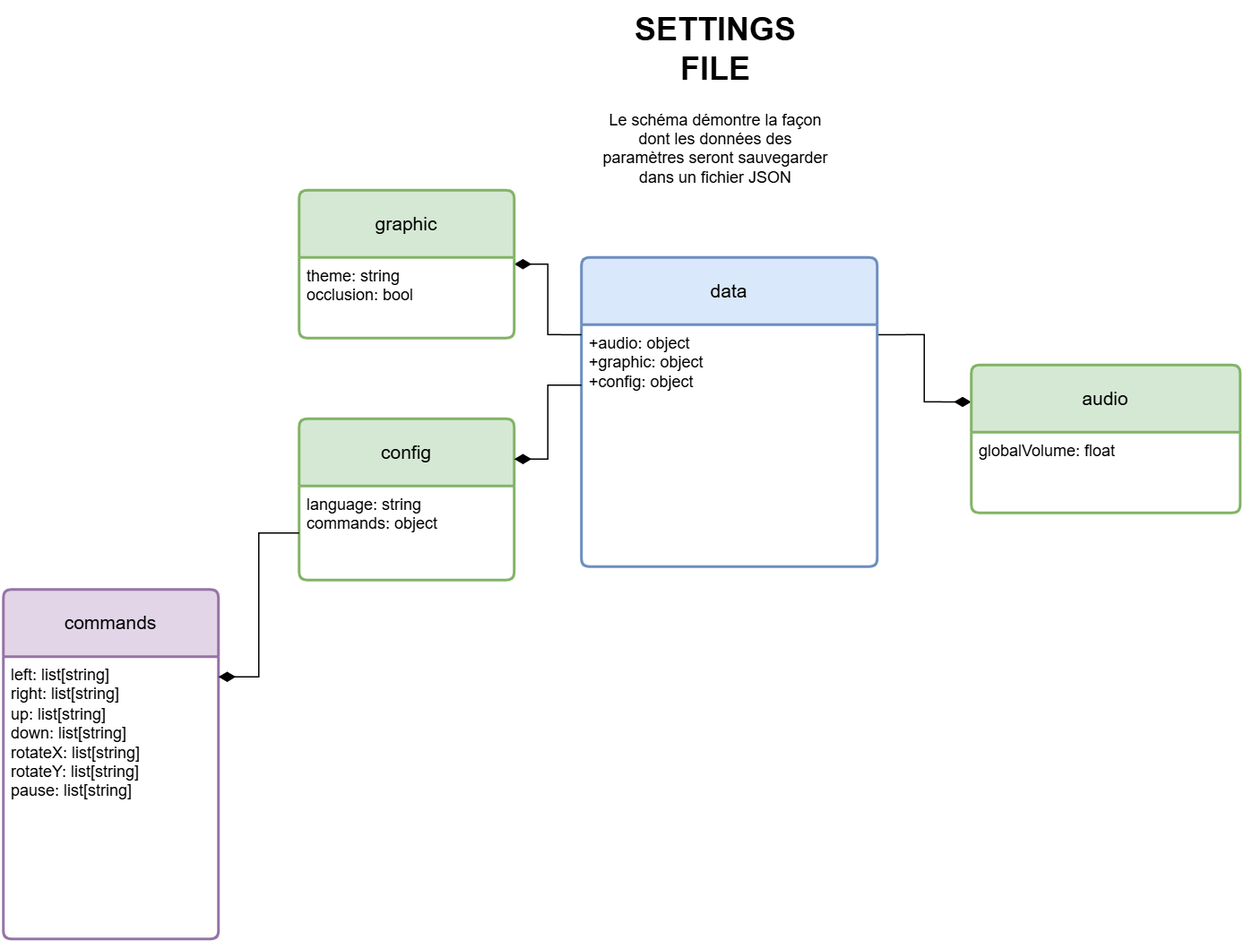
Above: doc/UML/jpeg_format/uml_settings_file.png in Cemecla/Acoustic-Tracing (draw.io), before the change. Source tidied: cells renumbered, new cells last; positions are measured from the earlier drawing's top-left corner, leaving out a move shared by most shapes. The source it was exported from:
```xml
<mxGraphModel>
  <root>
    <mxCell id="0" />
    <mxCell id="1" parent="0" />
    <mxCell id="2" style="edgeStyle=orthogonalEdgeStyle;rounded=0;jettySize=auto;html=1;exitX=1;exitY=0.25;exitDx=0;exitDy=0;entryX=0;entryY=0.25;entryDx=0;entryDy=0;endArrow=diamondThin;startFill=0;endFill=1;startSize=10;endSize=10;" parent="1" edge="1" source="3" target="8">
      <mxGeometry relative="1" as="geometry" />
    </mxCell>
    <mxCell id="3" value="data" style="swimlane;horizontal=1;startSize=50;rounded=1;fontSize=14;fontStyle=0;strokeWidth=2;shadow=0;dashed=0;align=center;arcSize=4;whiteSpace=wrap;html=1;fillColor=#dae8fc;strokeColor=#6c8ebf;" parent="1" vertex="1">
      <mxGeometry x="430" y="190" width="220" height="230" as="geometry" />
    </mxCell>
    <mxCell id="4" value="+audio: object&lt;div&gt;+graphic: object&lt;/div&gt;&lt;div&gt;+config: object&lt;/div&gt;" style="align=left;strokeColor=none;fillColor=none;spacingLeft=4;spacingRight=4;fontSize=12;verticalAlign=top;html=1;whiteSpace=wrap;" parent="3" vertex="1">
      <mxGeometry y="50" width="220" height="180" as="geometry" />
    </mxCell>
    <mxCell id="5" style="edgeStyle=orthogonalEdgeStyle;rounded=0;jettySize=auto;html=1;entryX=0;entryY=0.25;entryDx=0;entryDy=0;endArrow=none;startFill=1;startArrow=diamondThin;startSize=10;" parent="1" edge="1" source="6" target="3">
      <mxGeometry relative="1" as="geometry" />
    </mxCell>
    <mxCell id="6" value="graphic" style="swimlane;horizontal=1;startSize=50;rounded=1;fontSize=14;fontStyle=0;strokeWidth=2;shadow=0;dashed=0;align=center;arcSize=4;whiteSpace=wrap;html=1;fillColor=#d5e8d4;strokeColor=#82b366;" parent="1" vertex="1">
      <mxGeometry x="220" y="140" width="160" height="110" as="geometry" />
    </mxCell>
    <mxCell id="7" value="theme: string&lt;div&gt;occlusion: bool&lt;/div&gt;" style="align=left;strokeColor=none;fillColor=none;spacingLeft=4;spacingRight=4;fontSize=12;verticalAlign=top;html=1;whiteSpace=wrap;" parent="6" vertex="1">
      <mxGeometry y="50" width="160" height="60" as="geometry" />
    </mxCell>
    <mxCell id="8" value="audio" style="swimlane;horizontal=1;startSize=50;rounded=1;fontSize=14;fontStyle=0;strokeWidth=2;shadow=0;dashed=0;align=center;arcSize=4;whiteSpace=wrap;html=1;fillColor=#d5e8d4;strokeColor=#82b366;" parent="1" vertex="1">
      <mxGeometry x="720" y="270" width="200" height="110" as="geometry" />
    </mxCell>
    <mxCell id="9" value="globalVolume: float" style="align=left;strokeColor=none;fillColor=none;spacingLeft=4;spacingRight=4;fontSize=12;verticalAlign=top;html=1;whiteSpace=wrap;" parent="8" vertex="1">
      <mxGeometry y="50" width="200" height="60" as="geometry" />
    </mxCell>
    <mxCell id="10" value="config" style="swimlane;horizontal=1;startSize=50;rounded=1;fontSize=14;fontStyle=0;strokeWidth=2;shadow=0;dashed=0;align=center;arcSize=4;whiteSpace=wrap;html=1;fillColor=#d5e8d4;strokeColor=#82b366;" parent="1" vertex="1">
      <mxGeometry x="220" y="310" width="160" height="120" as="geometry" />
    </mxCell>
    <mxCell id="11" value="language: string&lt;div&gt;commands: object&lt;/div&gt;" style="align=left;strokeColor=none;fillColor=none;spacingLeft=4;spacingRight=4;fontSize=12;verticalAlign=top;html=1;whiteSpace=wrap;" parent="10" vertex="1">
      <mxGeometry y="50" width="160" height="70" as="geometry" />
    </mxCell>
    <mxCell id="12" value="&lt;h1 style=&quot;margin-top: 0px;&quot;&gt;SETTINGS FILE&lt;/h1&gt;&lt;p&gt;Le schéma démontre la façon dont les données des paramètres seront sauvegarder dans un fichier JSON&lt;/p&gt;" style="text;html=1;whiteSpace=wrap;overflow=hidden;rounded=0;align=center;fontStyle=0;" parent="1" vertex="1">
      <mxGeometry x="440" width="180" height="140" as="geometry" />
    </mxCell>
    <mxCell id="13" style="edgeStyle=orthogonalEdgeStyle;rounded=0;jettySize=auto;html=1;exitX=0;exitY=0.25;exitDx=0;exitDy=0;entryX=1;entryY=0.25;entryDx=0;entryDy=0;endArrow=diamondThin;endFill=1;endSize=10;" parent="1" edge="1" source="4" target="10">
      <mxGeometry relative="1" as="geometry" />
    </mxCell>
    <mxCell id="14" value="commands" style="swimlane;horizontal=1;startSize=50;rounded=1;fontSize=14;fontStyle=0;strokeWidth=2;shadow=0;dashed=0;align=center;arcSize=4;whiteSpace=wrap;html=1;fillColor=#e1d5e7;strokeColor=#9673a6;" parent="1" vertex="1">
      <mxGeometry y="437" width="160" height="260" as="geometry" />
    </mxCell>
    <mxCell id="15" value="left: list[string]&lt;div&gt;right:&amp;nbsp;&lt;span style=&quot;background-color: transparent; color: light-dark(rgb(0, 0, 0), rgb(255, 255, 255));&quot;&gt;list[string]&lt;/span&gt;&lt;/div&gt;&lt;div&gt;up:&amp;nbsp;&lt;span style=&quot;background-color: transparent; color: light-dark(rgb(0, 0, 0), rgb(255, 255, 255));&quot;&gt;list[string]&lt;/span&gt;&lt;/div&gt;&lt;div&gt;down:&amp;nbsp;&lt;span style=&quot;background-color: transparent; color: light-dark(rgb(0, 0, 0), rgb(255, 255, 255));&quot;&gt;list[string]&lt;/span&gt;&lt;/div&gt;&lt;div&gt;rotateX:&amp;nbsp;&lt;span style=&quot;background-color: transparent; color: light-dark(rgb(0, 0, 0), rgb(255, 255, 255));&quot;&gt;list[string]&lt;/span&gt;&lt;/div&gt;&lt;div&gt;rotateY:&amp;nbsp;&lt;span style=&quot;background-color: transparent; color: light-dark(rgb(0, 0, 0), rgb(255, 255, 255));&quot;&gt;list[string]&lt;/span&gt;&lt;/div&gt;&lt;div&gt;pause:&amp;nbsp;&lt;span style=&quot;background-color: transparent; color: light-dark(rgb(0, 0, 0), rgb(255, 255, 255));&quot;&gt;list[string]&lt;/span&gt;&lt;/div&gt;" style="align=left;strokeColor=none;fillColor=none;spacingLeft=4;spacingRight=4;fontSize=12;verticalAlign=top;html=1;whiteSpace=wrap;" parent="14" vertex="1">
      <mxGeometry y="50" width="160" height="210" as="geometry" />
    </mxCell>
    <mxCell id="16" style="edgeStyle=orthogonalEdgeStyle;rounded=0;jettySize=auto;html=1;exitX=0;exitY=0.5;exitDx=0;exitDy=0;entryX=1;entryY=0.25;entryDx=0;entryDy=0;endArrow=diamondThin;endFill=1;endSize=10;" parent="1" edge="1" source="11" target="14">
      <mxGeometry relative="1" as="geometry" />
    </mxCell>
  </root>
</mxGraphModel>
```
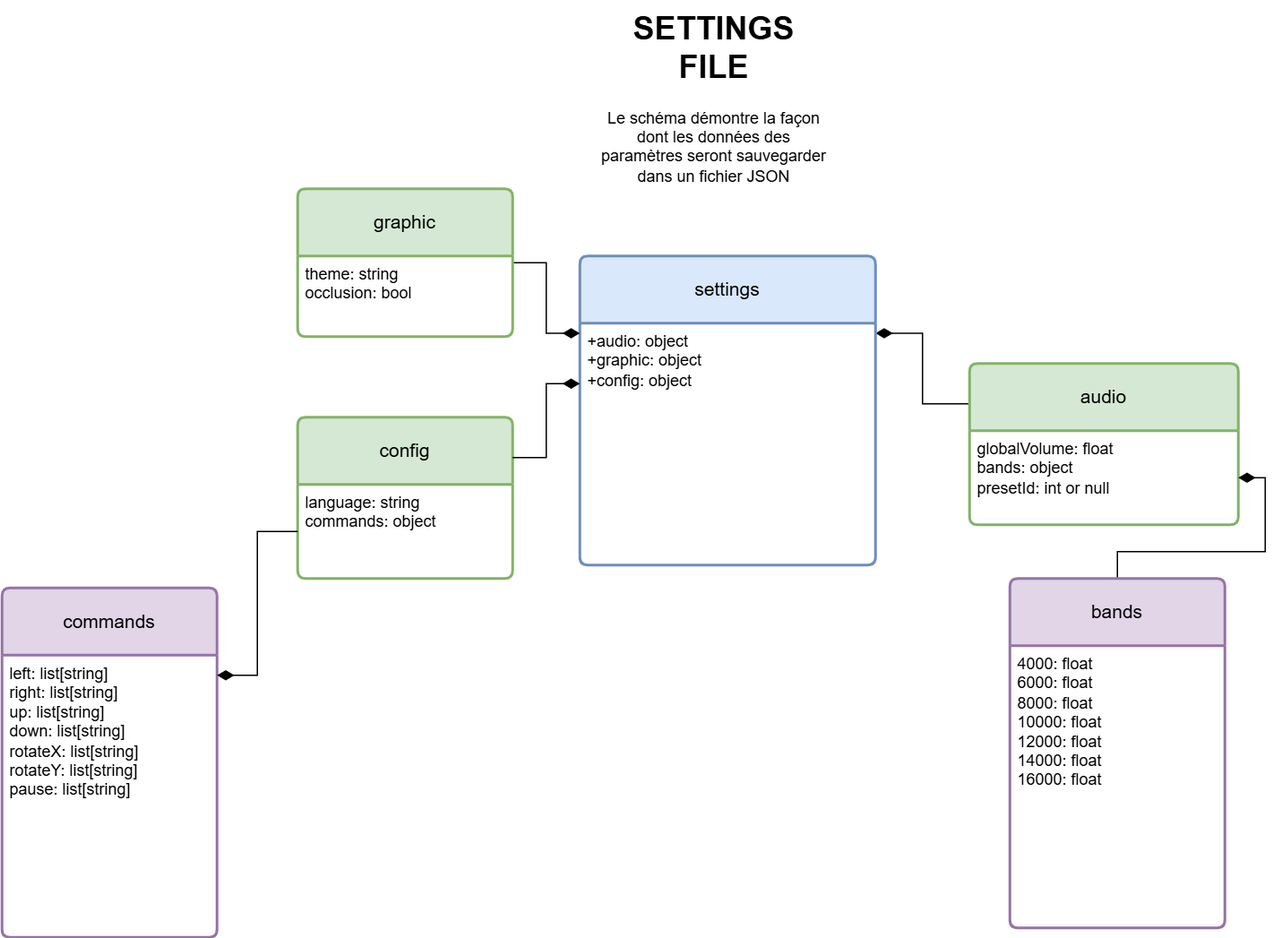
The same file after the commit.

The edit, as a diff of the source:
```diff
@@ -2,16 +2,16 @@
   <root>
     <mxCell id="0" />
     <mxCell id="1" parent="0" />
-    <mxCell id="2" style="edgeStyle=orthogonalEdgeStyle;rounded=0;jettySize=auto;html=1;exitX=1;exitY=0.25;exitDx=0;exitDy=0;entryX=0;entryY=0.25;entryDx=0;entryDy=0;endArrow=diamondThin;startFill=0;endFill=1;startSize=10;endSize=10;" parent="1" edge="1" source="3" target="8">
+    <mxCell id="2" style="edgeStyle=orthogonalEdgeStyle;rounded=0;jettySize=auto;html=1;exitX=1;exitY=0.25;exitDx=0;exitDy=0;entryX=0;entryY=0.25;entryDx=0;entryDy=0;endArrow=none;startFill=1;endFill=1;startSize=10;endSize=10;startArrow=diamondThin;" parent="1" edge="1" source="3" target="8">
       <mxGeometry relative="1" as="geometry" />
     </mxCell>
-    <mxCell id="3" value="data" style="swimlane;horizontal=1;startSize=50;rounded=1;fontSize=14;fontStyle=0;strokeWidth=2;shadow=0;dashed=0;align=center;arcSize=4;whiteSpace=wrap;html=1;fillColor=#dae8fc;strokeColor=#6c8ebf;" parent="1" vertex="1">
+    <mxCell id="3" value="settings" style="swimlane;horizontal=1;startSize=50;rounded=1;fontSize=14;fontStyle=0;strokeWidth=2;shadow=0;dashed=0;align=center;arcSize=4;whiteSpace=wrap;html=1;fillColor=#dae8fc;strokeColor=#6c8ebf;" parent="1" vertex="1">
       <mxGeometry x="430" y="190" width="220" height="230" as="geometry" />
     </mxCell>
     <mxCell id="4" value="+audio: object&lt;div&gt;+graphic: object&lt;/div&gt;&lt;div&gt;+config: object&lt;/div&gt;" style="align=left;strokeColor=none;fillColor=none;spacingLeft=4;spacingRight=4;fontSize=12;verticalAlign=top;html=1;whiteSpace=wrap;" parent="3" vertex="1">
       <mxGeometry y="50" width="220" height="180" as="geometry" />
     </mxCell>
-    <mxCell id="5" style="edgeStyle=orthogonalEdgeStyle;rounded=0;jettySize=auto;html=1;entryX=0;entryY=0.25;entryDx=0;entryDy=0;endArrow=none;startFill=1;startArrow=diamondThin;startSize=10;" parent="1" edge="1" source="6" target="3">
+    <mxCell id="5" style="edgeStyle=orthogonalEdgeStyle;rounded=0;jettySize=auto;html=1;entryX=0;entryY=0.25;entryDx=0;entryDy=0;endArrow=diamondThin;startFill=0;startArrow=none;startSize=10;endFill=1;endSize=10;" parent="1" edge="1" source="6" target="3">
       <mxGeometry relative="1" as="geometry" />
     </mxCell>
     <mxCell id="6" value="graphic" style="swimlane;horizontal=1;startSize=50;rounded=1;fontSize=14;fontStyle=0;strokeWidth=2;shadow=0;dashed=0;align=center;arcSize=4;whiteSpace=wrap;html=1;fillColor=#d5e8d4;strokeColor=#82b366;" parent="1" vertex="1">
@@ -21,10 +21,10 @@
       <mxGeometry y="50" width="160" height="60" as="geometry" />
     </mxCell>
     <mxCell id="8" value="audio" style="swimlane;horizontal=1;startSize=50;rounded=1;fontSize=14;fontStyle=0;strokeWidth=2;shadow=0;dashed=0;align=center;arcSize=4;whiteSpace=wrap;html=1;fillColor=#d5e8d4;strokeColor=#82b366;" parent="1" vertex="1">
-      <mxGeometry x="720" y="270" width="200" height="110" as="geometry" />
+      <mxGeometry x="720" y="270" width="200" height="120" as="geometry" />
     </mxCell>
-    <mxCell id="9" value="globalVolume: float" style="align=left;strokeColor=none;fillColor=none;spacingLeft=4;spacingRight=4;fontSize=12;verticalAlign=top;html=1;whiteSpace=wrap;" parent="8" vertex="1">
-      <mxGeometry y="50" width="200" height="60" as="geometry" />
+    <mxCell id="9" value="globalVolume: float&lt;div&gt;bands: object&lt;/div&gt;&lt;div&gt;presetId: int or null&lt;/div&gt;" style="align=left;strokeColor=none;fillColor=none;spacingLeft=4;spacingRight=4;fontSize=12;verticalAlign=top;html=1;whiteSpace=wrap;" parent="8" vertex="1">
+      <mxGeometry y="50" width="200" height="70" as="geometry" />
     </mxCell>
     <mxCell id="10" value="config" style="swimlane;horizontal=1;startSize=50;rounded=1;fontSize=14;fontStyle=0;strokeWidth=2;shadow=0;dashed=0;align=center;arcSize=4;whiteSpace=wrap;html=1;fillColor=#d5e8d4;strokeColor=#82b366;" parent="1" vertex="1">
       <mxGeometry x="220" y="310" width="160" height="120" as="geometry" />
@@ -35,7 +35,7 @@
     <mxCell id="12" value="&lt;h1 style=&quot;margin-top: 0px;&quot;&gt;SETTINGS FILE&lt;/h1&gt;&lt;p&gt;Le schéma démontre la façon dont les données des paramètres seront sauvegarder dans un fichier JSON&lt;/p&gt;" style="text;html=1;whiteSpace=wrap;overflow=hidden;rounded=0;align=center;fontStyle=0;" parent="1" vertex="1">
       <mxGeometry x="440" width="180" height="140" as="geometry" />
     </mxCell>
-    <mxCell id="13" style="edgeStyle=orthogonalEdgeStyle;rounded=0;jettySize=auto;html=1;exitX=0;exitY=0.25;exitDx=0;exitDy=0;entryX=1;entryY=0.25;entryDx=0;entryDy=0;endArrow=diamondThin;endFill=1;endSize=10;" parent="1" edge="1" source="4" target="10">
+    <mxCell id="13" style="edgeStyle=orthogonalEdgeStyle;rounded=0;jettySize=auto;html=1;exitX=0;exitY=0.25;exitDx=0;exitDy=0;entryX=1;entryY=0.25;entryDx=0;entryDy=0;endArrow=none;endFill=1;endSize=10;startArrow=diamondThin;startFill=1;startSize=10;" parent="1" edge="1" source="4" target="10">
       <mxGeometry relative="1" as="geometry" />
     </mxCell>
     <mxCell id="14" value="commands" style="swimlane;horizontal=1;startSize=50;rounded=1;fontSize=14;fontStyle=0;strokeWidth=2;shadow=0;dashed=0;align=center;arcSize=4;whiteSpace=wrap;html=1;fillColor=#e1d5e7;strokeColor=#9673a6;" parent="1" vertex="1">
@@ -47,5 +47,14 @@
     <mxCell id="16" style="edgeStyle=orthogonalEdgeStyle;rounded=0;jettySize=auto;html=1;exitX=0;exitY=0.5;exitDx=0;exitDy=0;entryX=1;entryY=0.25;entryDx=0;entryDy=0;endArrow=diamondThin;endFill=1;endSize=10;" parent="1" edge="1" source="11" target="14">
       <mxGeometry relative="1" as="geometry" />
     </mxCell>
+    <mxCell id="17" style="edgeStyle=orthogonalEdgeStyle;rounded=0;jettySize=auto;html=1;entryX=1;entryY=0.5;entryDx=0;entryDy=0;endArrow=diamondThin;endFill=1;startFill=0;endSize=10;startSize=10;" parent="1" edge="1" source="18" target="9">
+      <mxGeometry relative="1" as="geometry" />
+    </mxCell>
+    <mxCell id="18" value="bands" style="swimlane;horizontal=1;startSize=50;rounded=1;fontSize=14;fontStyle=0;strokeWidth=2;shadow=0;dashed=0;align=center;arcSize=4;whiteSpace=wrap;html=1;fillColor=#e1d5e7;strokeColor=#9673a6;" parent="1" vertex="1">
+      <mxGeometry x="750" y="430" width="160" height="260" as="geometry" />
+    </mxCell>
+    <mxCell id="19" value="4000: float&lt;div&gt;6000: float&lt;/div&gt;&lt;div&gt;8000: float&lt;/div&gt;&lt;div&gt;10000: float&lt;/div&gt;&lt;div&gt;12000: float&lt;/div&gt;&lt;div&gt;14000: float&lt;/div&gt;&lt;div&gt;16000: float&lt;/div&gt;" style="align=left;strokeColor=none;fillColor=none;spacingLeft=4;spacingRight=4;fontSize=12;verticalAlign=top;html=1;whiteSpace=wrap;" parent="18" vertex="1">
+      <mxGeometry y="50" width="160" height="210" as="geometry" />
+    </mxCell>
   </root>
 </mxGraphModel>
```
